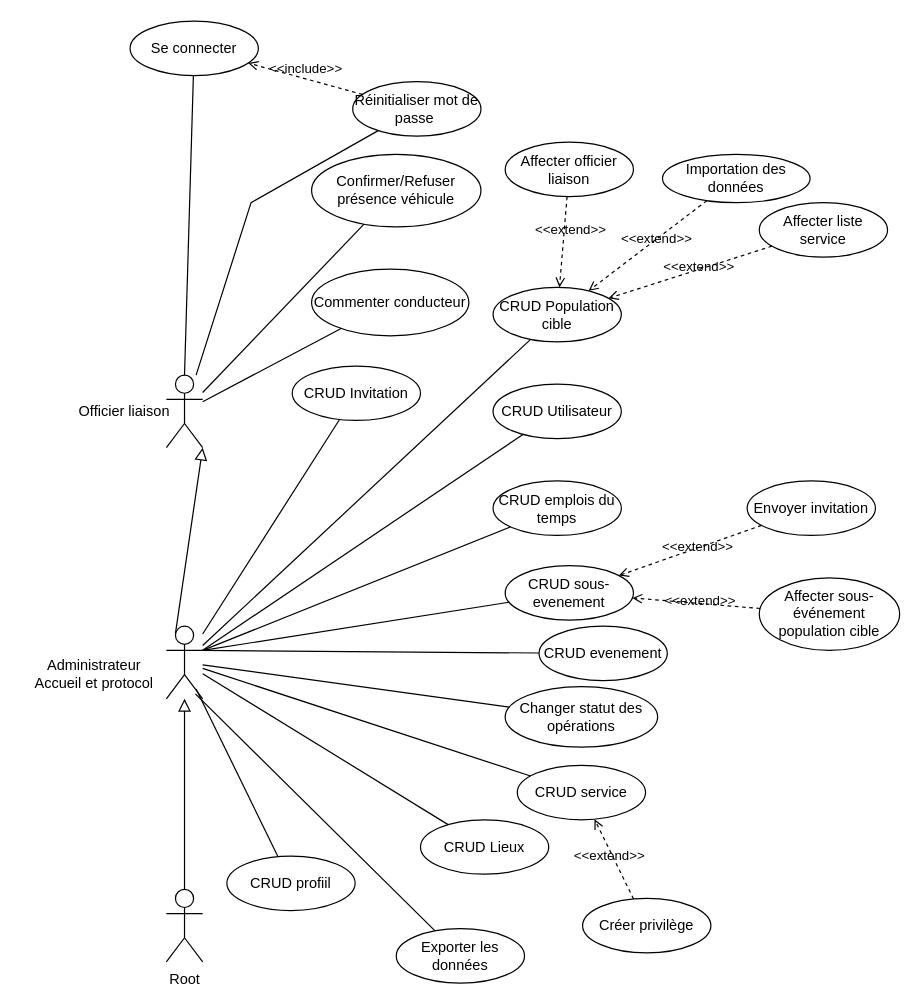
Before: page "DCU-ACCUEIL-PROTOCOLE" (1 of 10) of Diagramme COCAN.drawio in kbvac/Diagramme-UML, a draw.io diagram. Source tidied: cells renumbered, new cells numbered last; positions are measured from the earlier drawing's top-left corner, leaving out a move shared by most shapes. Both pictures are drawn from the tidied source at 121%, with x=0, y=0 at pixel (21, 21).
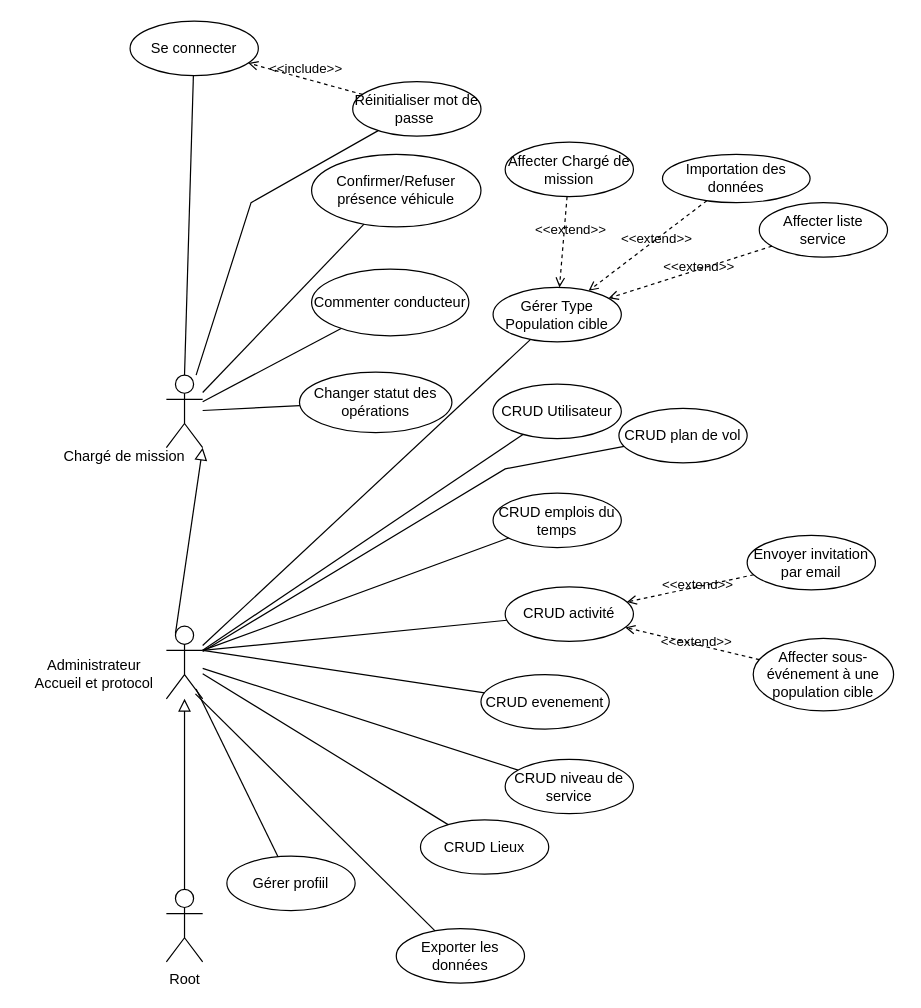
The same page after the edit.

Unchanged cells that the change refers to:
```xml
<mxCell id="2" style="shape=umlActor;verticalLabelPosition=bottom;verticalAlign=top;html=1;" parent="1" vertex="1">
  <mxGeometry x="120" y="500" width="30" height="60" as="geometry" />
</mxCell>
<mxCell id="34" style="shape=umlActor;verticalLabelPosition=bottom;verticalAlign=top;html=1;" parent="1" vertex="1">
  <mxGeometry x="120" y="292.5" width="30" height="60" as="geometry" />
</mxCell>
```

Diff of the diagram source:
```diff
@@
-    <mxCell id="9" value="CRUD Population cible" style="ellipse;whiteSpace=wrap;html=1;" parent="1" vertex="1">
+    <mxCell id="9" value="Gérer Type Population cible" style="ellipse;whiteSpace=wrap;html=1;" parent="1" vertex="1">
       <mxGeometry x="390" y="220" width="106" height="45" as="geometry" />
     </mxCell>
@@
-    <mxCell id="11" value="Affecter officier liaison" style="ellipse;whiteSpace=wrap;html=1;" parent="1" vertex="1">
+    <mxCell id="11" value="Affecter&amp;nbsp;Chargé de mission" style="ellipse;whiteSpace=wrap;html=1;" parent="1" vertex="1">
       <mxGeometry x="400" y="100" width="106" height="45" as="geometry" />
     </mxCell>
@@
-    <mxCell id="19" value="CRUD service" style="ellipse;whiteSpace=wrap;html=1;" parent="1" vertex="1">
-      <mxGeometry x="410" y="615" width="106" height="45" as="geometry" />
-    </mxCell>
-    <mxCell id="20" style="endArrow=none;startArrow=none;endFill=0;startFill=0;endSize=8;html=1;verticalAlign=bottom;labelBackgroundColor=none;strokeWidth=1;rounded=0;" parent="1" edge="1" source="2" target="19">
+    <mxCell id="20" style="endArrow=none;startArrow=none;endFill=0;startFill=0;endSize=8;html=1;verticalAlign=bottom;labelBackgroundColor=none;strokeWidth=1;rounded=0;" parent="1" edge="1" source="2" target="21">
       <mxGeometry relative="1" as="geometry" />
     </mxCell>
-    <mxCell id="21" value="Créer privilège" style="ellipse;whiteSpace=wrap;html=1;" parent="1" vertex="1">
-      <mxGeometry x="464" y="725" width="106" height="45" as="geometry" />
+    <mxCell id="21" value="CRUD niveau de service" style="ellipse;whiteSpace=wrap;html=1;" parent="1" vertex="1">
+      <mxGeometry x="400" y="610" width="106" height="45" as="geometry" />
     </mxCell>
-    <mxCell id="22" value="&amp;lt;&amp;lt;extend&amp;gt;&amp;gt;" style="html=1;verticalAlign=bottom;labelBackgroundColor=none;endArrow=open;endFill=0;dashed=1;rounded=0;" parent="1" edge="1" source="21" target="19">
-      <mxGeometry x="-0.08" y="6" relative="1" as="geometry">
-        <mxPoint y="1" as="offset" />
-      </mxGeometry>
-    </mxCell>
-    <mxCell id="23" value="CRUD sous-evenement" style="ellipse;whiteSpace=wrap;html=1;" parent="1" vertex="1">
-      <mxGeometry x="400" y="450" width="106" height="45" as="geometry" />
+    <mxCell id="23" value="CRUD activité" style="ellipse;whiteSpace=wrap;html=1;" parent="1" vertex="1">
+      <mxGeometry x="400" y="467.5" width="106" height="45" as="geometry" />
     </mxCell>
@@
     <mxCell id="25" value="CRUD evenement" style="ellipse;whiteSpace=wrap;html=1;" parent="1" vertex="1">
-      <mxGeometry x="428" y="500" width="106" height="45" as="geometry" />
+      <mxGeometry x="380" y="540" width="106" height="45" as="geometry" />
     </mxCell>
@@
-    <mxCell id="30" value="Affecter sous-événement population cible" style="ellipse;whiteSpace=wrap;html=1;" parent="1" vertex="1">
-      <mxGeometry x="610" y="460" width="116" height="60" as="geometry" />
+    <mxCell id="30" value="Affecter sous-événement à une population cible" style="ellipse;whiteSpace=wrap;html=1;" parent="1" vertex="1">
+      <mxGeometry x="605" y="510" width="116" height="60" as="geometry" />
     </mxCell>
@@
     <mxCell id="32" value="CRUD emplois du temps" style="ellipse;whiteSpace=wrap;html=1;" parent="1" vertex="1">
-      <mxGeometry x="390" y="380" width="106" height="45" as="geometry" />
+      <mxGeometry x="390" y="390" width="106" height="45" as="geometry" />
     </mxCell>
@@
-    <mxCell id="35" value="Officier liaison" style="text;html=1;align=center;verticalAlign=middle;strokeColor=none;fillColor=none;" parent="1" vertex="1">
-      <mxGeometry x="35" y="307.5" width="100" height="30" as="geometry" />
+    <mxCell id="35" value="Chargé de mission" style="text;html=1;align=center;verticalAlign=middle;strokeColor=none;fillColor=none;" parent="1" vertex="1">
+      <mxGeometry x="25" y="345" width="120" height="30" as="geometry" />
     </mxCell>
@@
-    <mxCell id="41" value="Envoyer invitation" style="ellipse;whiteSpace=wrap;html=1;" parent="1" vertex="1">
-      <mxGeometry x="600" y="380" width="106" height="45" as="geometry" />
+    <mxCell id="41" value="Envoyer invitation par email" style="ellipse;whiteSpace=wrap;html=1;" parent="1" vertex="1">
+      <mxGeometry x="600" y="425" width="106" height="45" as="geometry" />
     </mxCell>
     <mxCell id="42" value="Changer statut des opérations" style="ellipse;whiteSpace=wrap;html=1;" parent="1" vertex="1">
-      <mxGeometry x="400" y="550" width="126" height="50" as="geometry" />
+      <mxGeometry x="230" y="290" width="126" height="50" as="geometry" />
     </mxCell>
-    <mxCell id="43" style="endArrow=none;startArrow=none;endFill=0;startFill=0;endSize=8;html=1;verticalAlign=bottom;labelBackgroundColor=none;strokeWidth=1;rounded=0;" parent="1" edge="1" target="42">
-      <mxGeometry relative="1" as="geometry">
-        <mxPoint x="150" y="532" as="sourcePoint" />
-      </mxGeometry>
+    <mxCell id="43" style="endArrow=none;startArrow=none;endFill=0;startFill=0;endSize=8;html=1;verticalAlign=bottom;labelBackgroundColor=none;strokeWidth=1;rounded=0;" parent="1" edge="1" source="34" target="42">
+      <mxGeometry relative="1" as="geometry" />
     </mxCell>
-    <mxCell id="44" value="CRUD Invitation" style="ellipse;whiteSpace=wrap;html=1;" parent="1" vertex="1">
-      <mxGeometry x="224" y="285" width="106" height="45" as="geometry" />
-    </mxCell>
-    <mxCell id="45" style="endArrow=none;startArrow=none;endFill=0;startFill=0;endSize=8;html=1;verticalAlign=bottom;labelBackgroundColor=none;strokeWidth=1;rounded=0;" parent="1" edge="1" source="2" target="44">
-      <mxGeometry relative="1" as="geometry" />
-    </mxCell>
-    <mxCell id="46" value="CRUD profiil" style="ellipse;whiteSpace=wrap;html=1;" parent="1" vertex="1">
+    <mxCell id="46" value="Gérer profiil" style="ellipse;whiteSpace=wrap;html=1;" parent="1" vertex="1">
       <mxGeometry x="170" y="690" width="106" height="45" as="geometry" />
     </mxCell>
@@
+    <mxCell id="54" value="CRUD plan de vol" style="ellipse;whiteSpace=wrap;html=1;" parent="1" vertex="1">
+      <mxGeometry x="494" y="320" width="106" height="45" as="geometry" />
+    </mxCell>
+    <mxCell id="55" style="endArrow=none;startArrow=none;endFill=0;startFill=0;endSize=8;html=1;verticalAlign=bottom;labelBackgroundColor=none;strokeWidth=1;rounded=0;" parent="1" edge="1" source="2" target="54">
+      <mxGeometry relative="1" as="geometry">
+        <Array as="points">
+          <mxPoint x="400" y="370" />
+        </Array>
+      </mxGeometry>
+    </mxCell>
```
